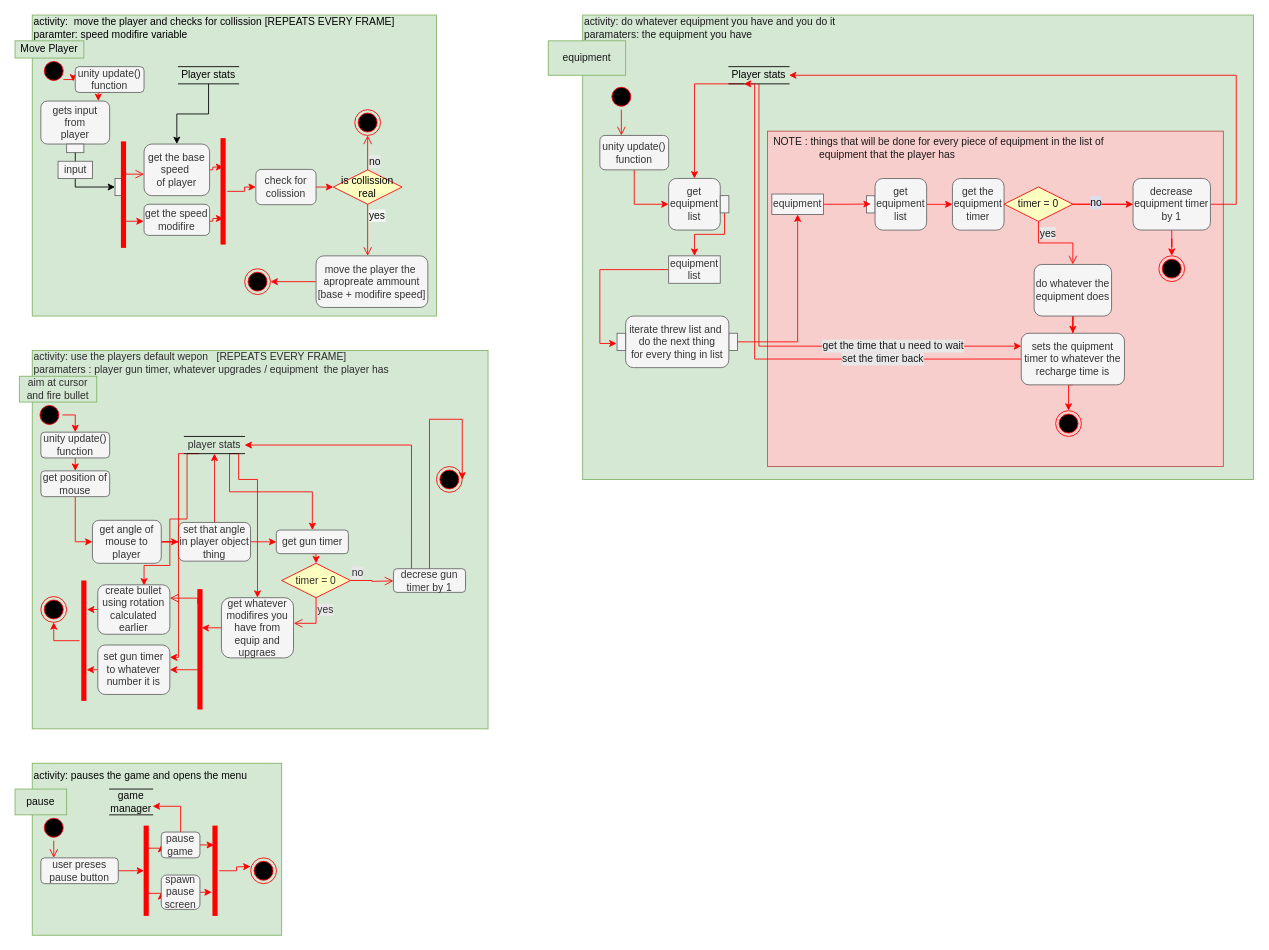
The draw.io diagram page "Player" (2 of 3) of Documentation files/activity diagram.drawio in Ulibomber1/Middlespace-Survivor, before the edit. Source tidied: cells renumbered, new cells numbered last; positions are measured from the earlier drawing's top-left corner, leaving out a move shared by most shapes. Both pictures are drawn from the tidied source at 86%, with x=0, y=0 at pixel (15, 15).
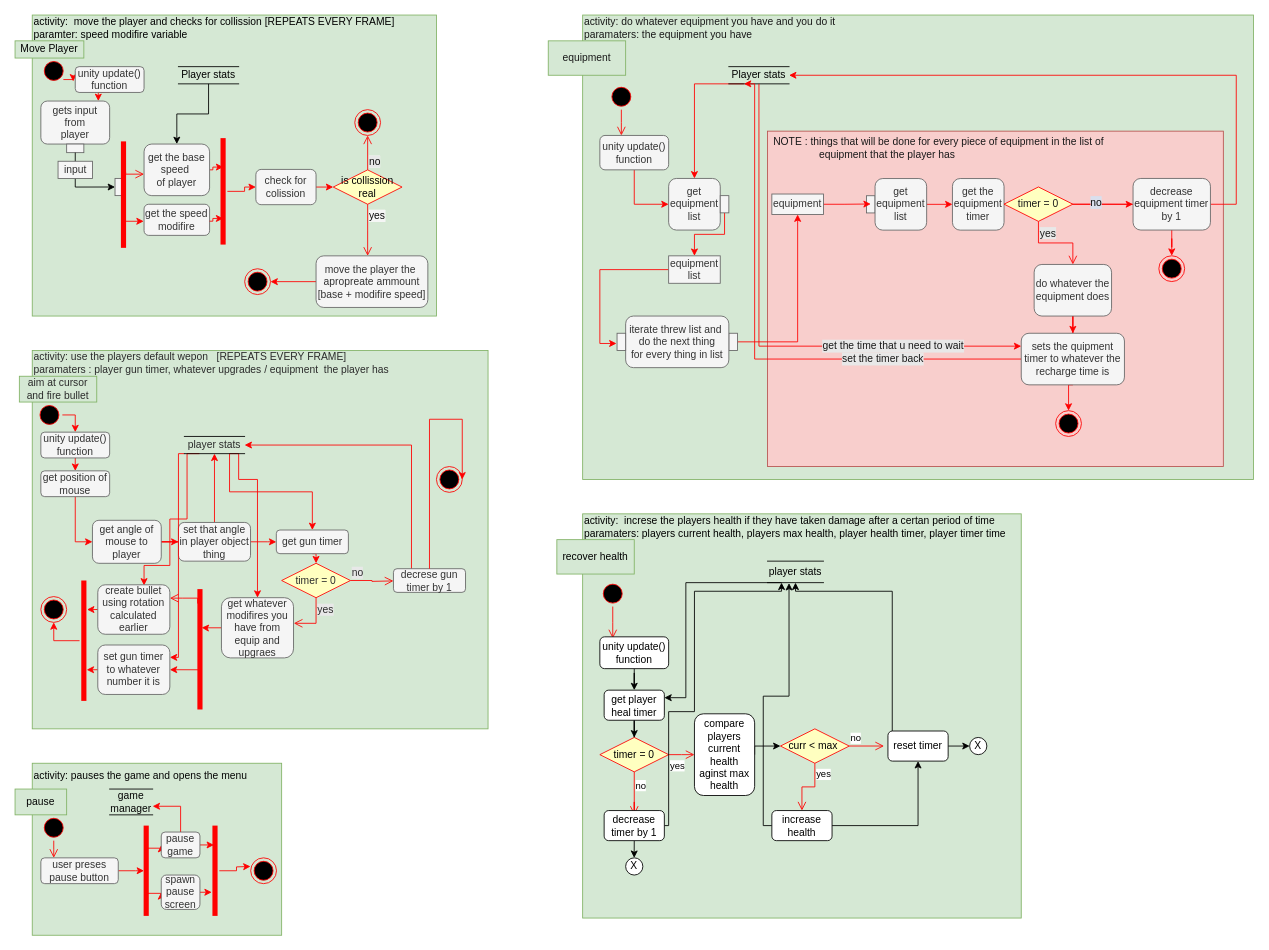
After the change.

Commit message (it also covers changes not shown here):
finished doing the player thing

The edit, as a diff of the source:
```diff
@@
+    <mxCell id="136" style="rounded=0;whiteSpace=wrap;html=1;fillColor=#d5e8d4;strokeColor=#82b366;" parent="1" vertex="1">
+      <mxGeometry x="660" y="580" width="510" height="470" as="geometry" />
+    </mxCell>
+    <mxCell id="137" value="recover health" style="rounded=0;whiteSpace=wrap;html=1;fillColor=#d5e8d4;strokeColor=#82b366;" parent="1" vertex="1">
+      <mxGeometry x="630" y="610" width="90" height="40" as="geometry" />
+    </mxCell>
+    <mxCell id="138" value="activity:&amp;nbsp; increse the players health if they have taken damage after a certan period of time&lt;br&gt;paramaters: players current health, players max health, player health timer, player timer time" style="text;html=1;strokeColor=none;fillColor=none;align=left;verticalAlign=middle;whiteSpace=wrap;rounded=0;" parent="1" vertex="1">
+      <mxGeometry x="660" y="580" width="500" height="30" as="geometry" />
+    </mxCell>
+    <mxCell id="139" style="ellipse;html=1;shape=startState;fillColor=#000000;strokeColor=#ff0000;" parent="1" vertex="1">
+      <mxGeometry x="680" y="657.8" width="30" height="30" as="geometry" />
+    </mxCell>
+    <mxCell id="140" style="edgeStyle=orthogonalEdgeStyle;html=1;verticalAlign=bottom;endArrow=open;endSize=8;strokeColor=#ff0000;rounded=0;" parent="1" edge="1" source="139">
+      <mxGeometry relative="1" as="geometry">
+        <mxPoint x="695" y="724.8" as="targetPoint" />
+      </mxGeometry>
+    </mxCell>
+    <mxCell id="141" style="edgeStyle=orthogonalEdgeStyle;rounded=0;jettySize=auto;html=1;" parent="1" edge="1" source="142" target="146">
+      <mxGeometry relative="1" as="geometry" />
+    </mxCell>
+    <mxCell id="142" value="unity update()&lt;br&gt;function" style="rounded=1;whiteSpace=wrap;html=1;" parent="1" vertex="1">
+      <mxGeometry x="680" y="723" width="80" height="37" as="geometry" />
+    </mxCell>
+    <mxCell id="143" style="edgeStyle=orthogonalEdgeStyle;rounded=0;jettySize=auto;html=1;exitX=0.25;exitY=1;exitDx=0;exitDy=0;entryX=1;entryY=0.25;entryDx=0;entryDy=0;" parent="1" edge="1" source="144" target="146">
+      <mxGeometry relative="1" as="geometry">
+        <Array as="points">
+          <mxPoint x="780" y="660" />
+          <mxPoint x="780" y="794" />
+        </Array>
+      </mxGeometry>
+    </mxCell>
+    <mxCell id="144" value="player stats" style="shape=partialRectangle;whiteSpace=wrap;html=1;left=0;right=0;fillColor=none;" parent="1" vertex="1">
+      <mxGeometry x="875" y="635" width="65" height="25" as="geometry" />
+    </mxCell>
+    <mxCell id="145" style="edgeStyle=orthogonalEdgeStyle;rounded=0;jettySize=auto;html=1;entryX=0.5;entryY=0;entryDx=0;entryDy=0;" parent="1" edge="1" source="146" target="147">
+      <mxGeometry relative="1" as="geometry" />
+    </mxCell>
+    <mxCell id="146" value="get player heal timer" style="whiteSpace=wrap;html=1;rounded=1;" parent="1" vertex="1">
+      <mxGeometry x="685" y="785" width="70" height="35" as="geometry" />
+    </mxCell>
+    <mxCell id="147" value="timer = 0" style="rhombus;whiteSpace=wrap;html=1;fillColor=#ffffc0;strokeColor=#ff0000;" parent="1" vertex="1">
+      <mxGeometry x="680" y="840" width="80" height="40" as="geometry" />
+    </mxCell>
+    <mxCell id="148" value="no" style="edgeStyle=orthogonalEdgeStyle;html=1;align=left;verticalAlign=bottom;endArrow=open;endSize=8;strokeColor=#ff0000;rounded=0;startArrow=none;" parent="1" edge="1" source="153">
+      <mxGeometry x="-0.2" y="10" relative="1" as="geometry">
+        <mxPoint x="720" y="930" as="targetPoint" />
+      </mxGeometry>
+    </mxCell>
+    <mxCell id="149" value="yes" style="edgeStyle=orthogonalEdgeStyle;html=1;align=left;verticalAlign=top;endArrow=open;endSize=8;strokeColor=#ff0000;rounded=0;" parent="1" edge="1" source="147">
+      <mxGeometry x="-1" relative="1" as="geometry">
+        <mxPoint x="790" y="860" as="targetPoint" />
+      </mxGeometry>
+    </mxCell>
+    <mxCell id="150" style="edgeStyle=orthogonalEdgeStyle;html=1;align=left;verticalAlign=bottom;endArrow=none;endSize=8;strokeColor=#ff0000;rounded=0;" parent="1" edge="1" source="147" target="153">
+      <mxGeometry x="-0.2" y="10" relative="1" as="geometry" />
+    </mxCell>
+    <mxCell id="151" style="edgeStyle=orthogonalEdgeStyle;rounded=0;jettySize=auto;html=1;entryX=0.25;entryY=1;entryDx=0;entryDy=0;" parent="1" edge="1" source="153" target="144">
+      <mxGeometry relative="1" as="geometry">
+        <Array as="points">
+          <mxPoint x="760" y="942" />
+          <mxPoint x="760" y="810" />
+          <mxPoint x="790" y="810" />
+          <mxPoint x="790" y="670" />
+          <mxPoint x="891" y="670" />
+        </Array>
+      </mxGeometry>
+    </mxCell>
+    <mxCell id="152" style="edgeStyle=orthogonalEdgeStyle;rounded=0;jettySize=auto;html=1;exitX=0.5;exitY=1;exitDx=0;exitDy=0;" parent="1" edge="1" source="153">
+      <mxGeometry relative="1" as="geometry">
+        <mxPoint x="719.9" y="980" as="targetPoint" />
+      </mxGeometry>
+    </mxCell>
+    <mxCell id="153" value="decrease timer by 1" style="whiteSpace=wrap;html=1;rounded=1;" parent="1" vertex="1">
+      <mxGeometry x="685" y="925" width="70" height="35" as="geometry" />
+    </mxCell>
+    <mxCell id="154" value="X" style="ellipse;whiteSpace=wrap;html=1;" parent="1" vertex="1">
+      <mxGeometry x="710" y="980" width="20" height="20" as="geometry" />
+    </mxCell>
+    <mxCell id="155" style="edgeStyle=orthogonalEdgeStyle;rounded=0;jettySize=auto;html=1;exitX=1;exitY=0.5;exitDx=0;exitDy=0;entryX=0;entryY=0.5;entryDx=0;entryDy=0;" parent="1" edge="1" source="156" target="157">
+      <mxGeometry relative="1" as="geometry">
+        <Array as="points">
+          <mxPoint x="860" y="850" />
+        </Array>
+      </mxGeometry>
+    </mxCell>
+    <mxCell id="156" value="compare players current health aginst max health" style="whiteSpace=wrap;html=1;rounded=1;" parent="1" vertex="1">
+      <mxGeometry x="790" y="812.5" width="70" height="95" as="geometry" />
+    </mxCell>
+    <mxCell id="157" value="curr &amp;lt; max&amp;nbsp;" style="rhombus;whiteSpace=wrap;html=1;fillColor=#ffffc0;strokeColor=#ff0000;" parent="1" vertex="1">
+      <mxGeometry x="890" y="830" width="80" height="40" as="geometry" />
+    </mxCell>
+    <mxCell id="158" value="no" style="edgeStyle=orthogonalEdgeStyle;html=1;align=left;verticalAlign=bottom;endArrow=open;endSize=8;strokeColor=#ff0000;rounded=0;entryX=-0.065;entryY=0.499;entryDx=0;entryDy=0;entryPerimeter=0;" parent="1" edge="1" source="157" target="162">
+      <mxGeometry x="-1" relative="1" as="geometry">
+        <Array as="points">
+          <mxPoint x="970" y="850" />
+          <mxPoint x="970" y="850" />
+        </Array>
+      </mxGeometry>
+    </mxCell>
+    <mxCell id="159" value="yes" style="edgeStyle=orthogonalEdgeStyle;html=1;align=left;verticalAlign=top;endArrow=open;endSize=8;strokeColor=#ff0000;rounded=0;entryX=0.5;entryY=0;entryDx=0;entryDy=0;" parent="1" edge="1" source="157" target="166">
+      <mxGeometry x="-1" relative="1" as="geometry" />
+    </mxCell>
+    <mxCell id="160" style="edgeStyle=orthogonalEdgeStyle;rounded=0;jettySize=auto;html=1;entryX=0.5;entryY=1;entryDx=0;entryDy=0;" parent="1" edge="1" source="162" target="144">
+      <mxGeometry relative="1" as="geometry">
+        <Array as="points">
+          <mxPoint x="1020" y="670" />
+          <mxPoint x="908" y="670" />
+        </Array>
+      </mxGeometry>
+    </mxCell>
+    <mxCell id="161" style="edgeStyle=orthogonalEdgeStyle;rounded=0;jettySize=auto;html=1;exitX=1;exitY=0.5;exitDx=0;exitDy=0;" parent="1" edge="1" source="162">
+      <mxGeometry relative="1" as="geometry">
+        <mxPoint x="1110" y="850.2" as="targetPoint" />
+      </mxGeometry>
+    </mxCell>
+    <mxCell id="162" value="reset timer" style="whiteSpace=wrap;html=1;rounded=1;" parent="1" vertex="1">
+      <mxGeometry x="1015" y="832.5" width="70" height="35" as="geometry" />
+    </mxCell>
+    <mxCell id="163" value="X" style="ellipse;whiteSpace=wrap;html=1;" parent="1" vertex="1">
+      <mxGeometry x="1110" y="840" width="20" height="20" as="geometry" />
+    </mxCell>
+    <mxCell id="164" style="edgeStyle=orthogonalEdgeStyle;rounded=0;jettySize=auto;html=1;entryX=0.384;entryY=1.022;entryDx=0;entryDy=0;entryPerimeter=0;" parent="1" edge="1" source="166" target="144">
+      <mxGeometry relative="1" as="geometry">
+        <Array as="points">
+          <mxPoint x="870" y="942" />
+          <mxPoint x="870" y="792" />
+          <mxPoint x="900" y="792" />
+        </Array>
+      </mxGeometry>
+    </mxCell>
+    <mxCell id="165" style="edgeStyle=orthogonalEdgeStyle;rounded=0;jettySize=auto;html=1;exitX=1;exitY=0.5;exitDx=0;exitDy=0;entryX=0.5;entryY=1;entryDx=0;entryDy=0;" parent="1" edge="1" source="166" target="162">
+      <mxGeometry relative="1" as="geometry" />
+    </mxCell>
+    <mxCell id="166" value="increase health" style="whiteSpace=wrap;html=1;rounded=1;" parent="1" vertex="1">
+      <mxGeometry x="880" y="925" width="70" height="35" as="geometry" />
+    </mxCell>
```
